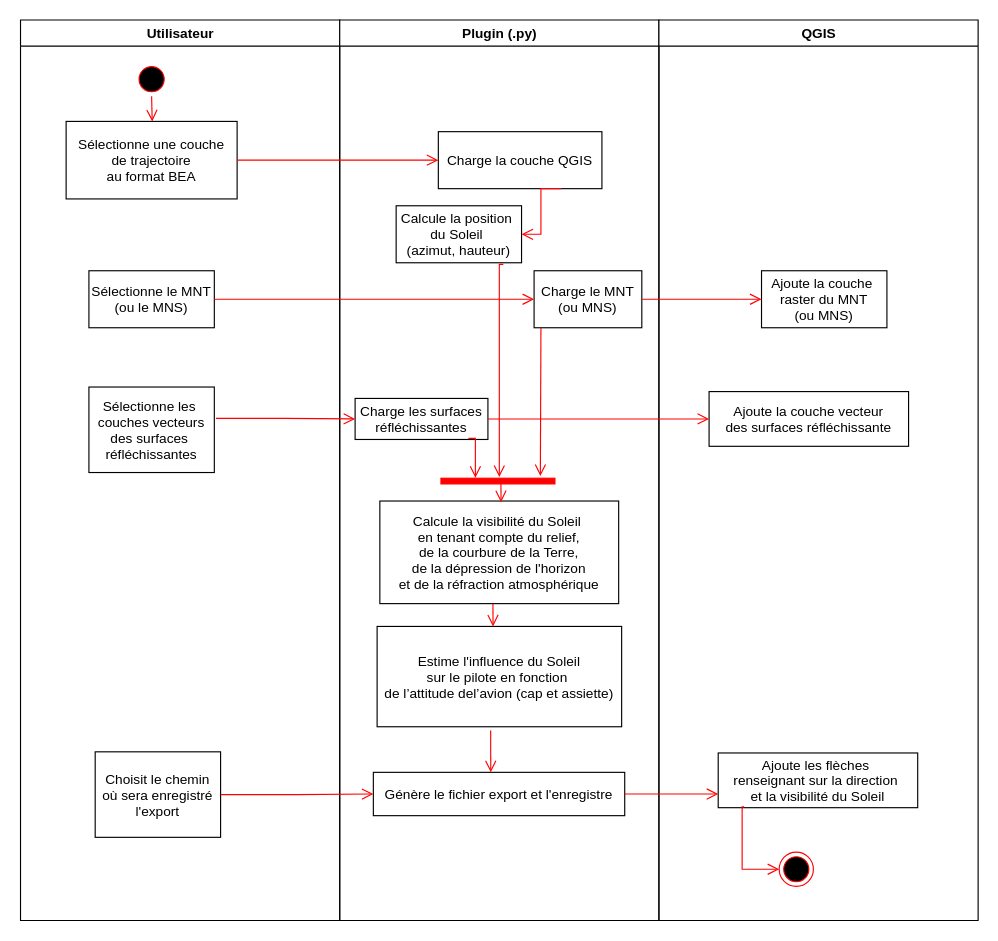
The draw.io diagram BEA/Diagramme sans nom.drawio in PaulCllch/BEA, before the edit. Source tidied: cells renumbered, new cells numbered last; positions are measured from the earlier drawing's top-left corner, leaving out a move shared by most shapes. Both pictures are drawn from the tidied source at 114%, with x=0, y=0 at pixel (19, 19).
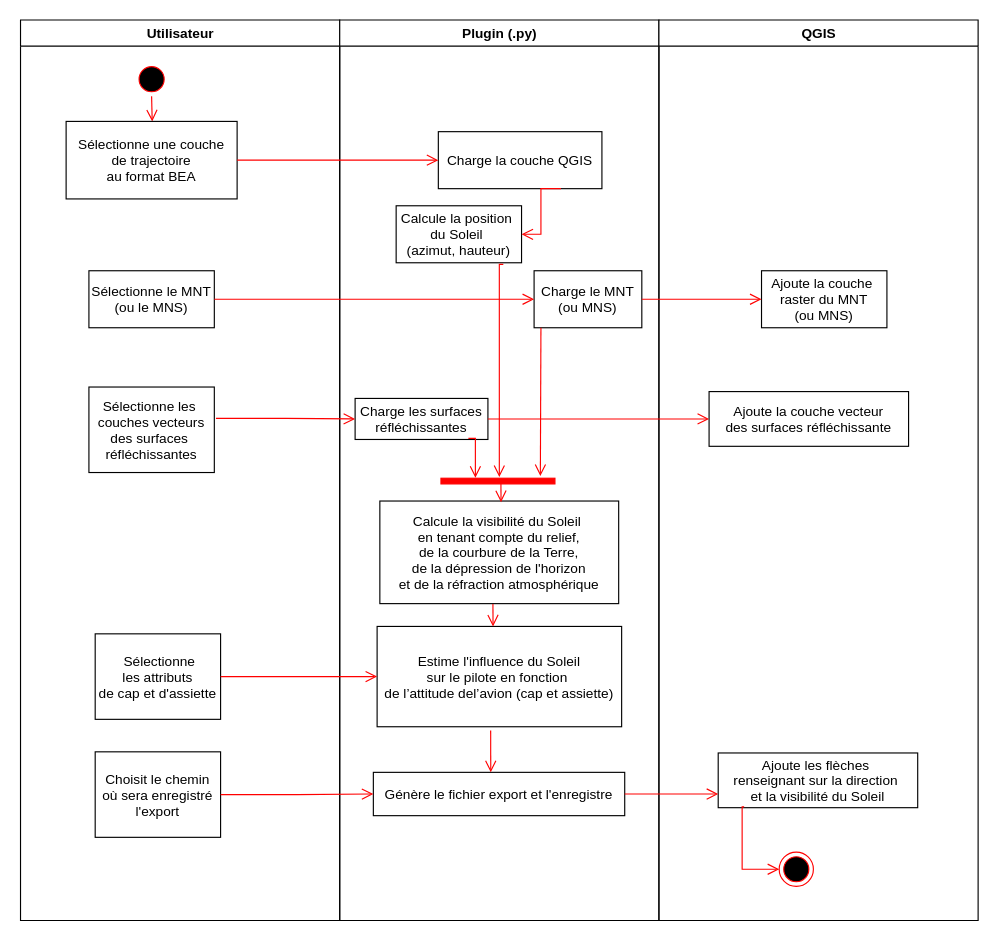
Above is the later version.

Commit message:
Mettre à jour Diagramme sans nom.drawio

Unchanged cells that the change refers to:
```xml
<mxCell id="2" value="Utilisateur" style="swimlane;whiteSpace=wrap;" parent="1" vertex="1">
  <mxGeometry x="0.5" width="280" height="790" as="geometry" />
</mxCell>
<mxCell id="14" value="Estime l'influence du Soleil&#10;sur le pilote en fonction &#10;de l’attitude del’avion (cap et assiette)" parent="9" vertex="1">
  <mxGeometry x="32.8" y="532" width="214.5" height="88" as="geometry" />
</mxCell>
```

What changed in the source:
```diff
@@
+    <mxCell id="38" value=" Sélectionne&#10;les attributs&#10;de cap et d'assiette" parent="2" vertex="1">
+      <mxGeometry x="65.5" y="538.5" width="110" height="75" as="geometry" />
+    </mxCell>
@@
+    <mxCell id="39" style="edgeStyle=elbowEdgeStyle;elbow=horizontal;verticalAlign=bottom;endArrow=open;endSize=8;strokeColor=#FF0000;endFill=1;rounded=0;exitX=1;exitY=0.5;exitDx=0;exitDy=0;entryX=0;entryY=0.5;entryDx=0;entryDy=0;" parent="1" edge="1" source="38" target="14">
+      <mxGeometry x="40" y="138" as="geometry" />
+    </mxCell>
```
